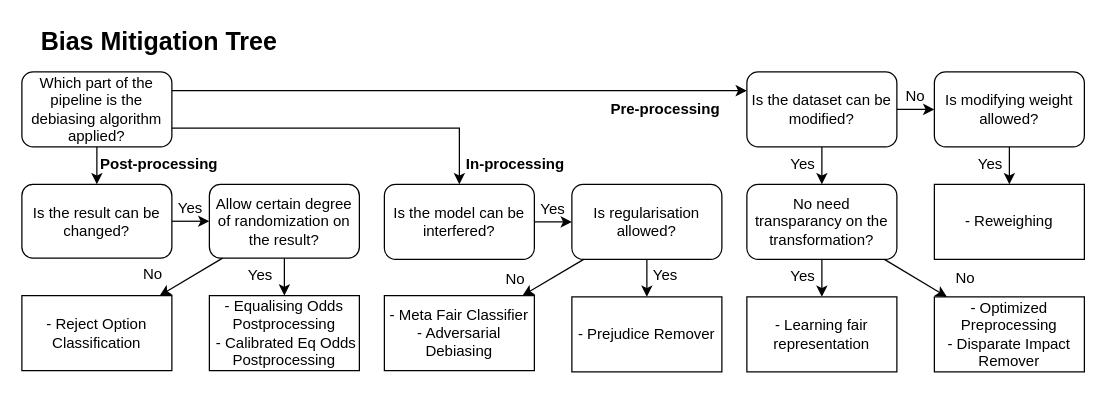
The draw.io diagram page "Bias Mitigation" (2 of 4) of figures/decision_tree.drawio in York-and-Maastricht-Data-Science-Group/fairml-journal, before the edit. Source tidied: cells renumbered, new cells numbered last; positions are measured from the earlier drawing's top-left corner, leaving out a move shared by most shapes. Both pictures are drawn from the tidied source at 125%, with x=0, y=0 at pixel (21, 21).
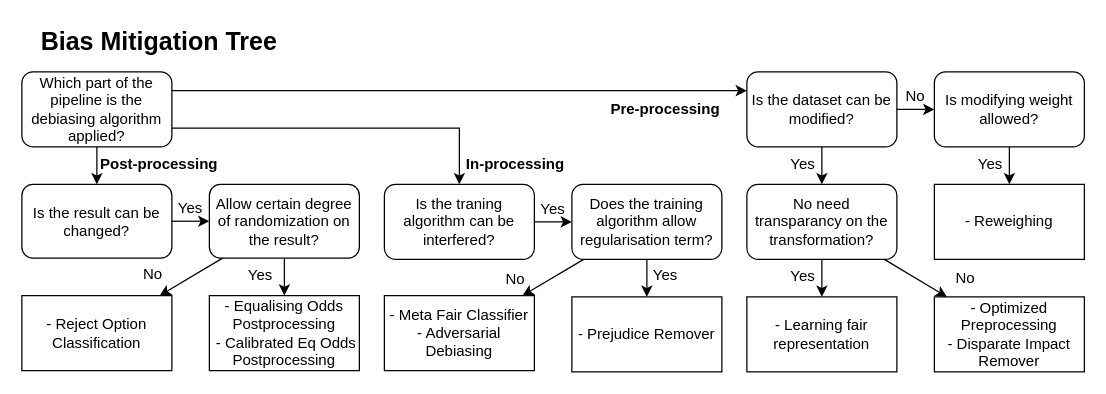
Above is the later version.

What changed in the source:
```diff
@@
-    <mxCell id="4" value="Is the model can be interfered?" style="rounded=1;whiteSpace=wrap;html=1;" parent="1" vertex="1">
+    <mxCell id="4" value="Is the traning algorithm can be interfered?" style="rounded=1;whiteSpace=wrap;html=1;" parent="1" vertex="1">
       <mxGeometry x="290" y="130" width="120" height="60" as="geometry" />
     </mxCell>
@@
-    <mxCell id="15" value="Is regularisation allowed?" style="rounded=1;whiteSpace=wrap;html=1;" parent="1" vertex="1">
+    <mxCell id="15" value="Does the training algorithm allow regularisation term?" style="rounded=1;whiteSpace=wrap;html=1;" parent="1" vertex="1">
       <mxGeometry x="440" y="130" width="120" height="60" as="geometry" />
     </mxCell>
```
